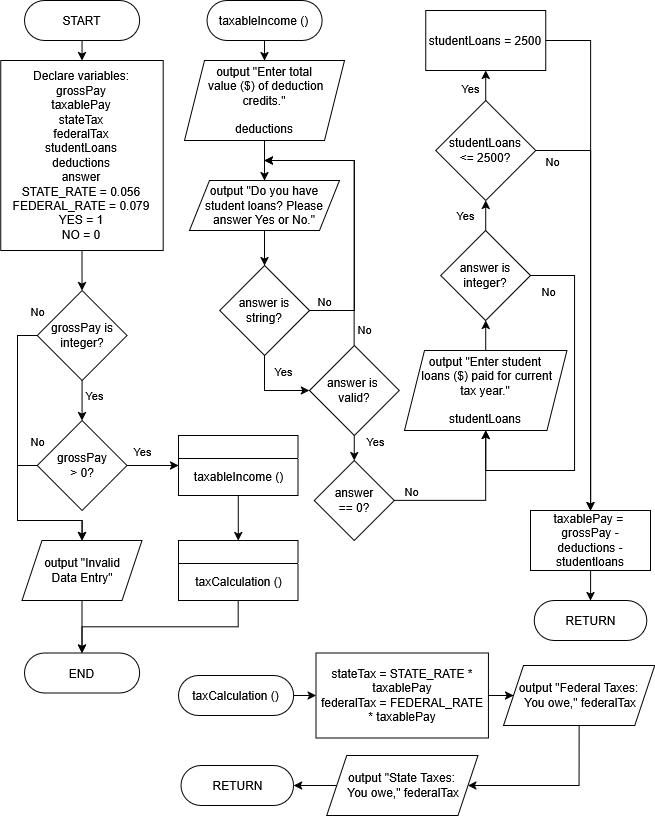
CBowles10/SDEV_120_FALL2025_CBOWLES keeps this draw.io diagram as Group Project Module.drawio.png. Above is the earlier version. Source tidied: cells renumbered, new cells last; positions are measured from the earlier drawing's top-left corner, leaving out a move shared by most shapes.
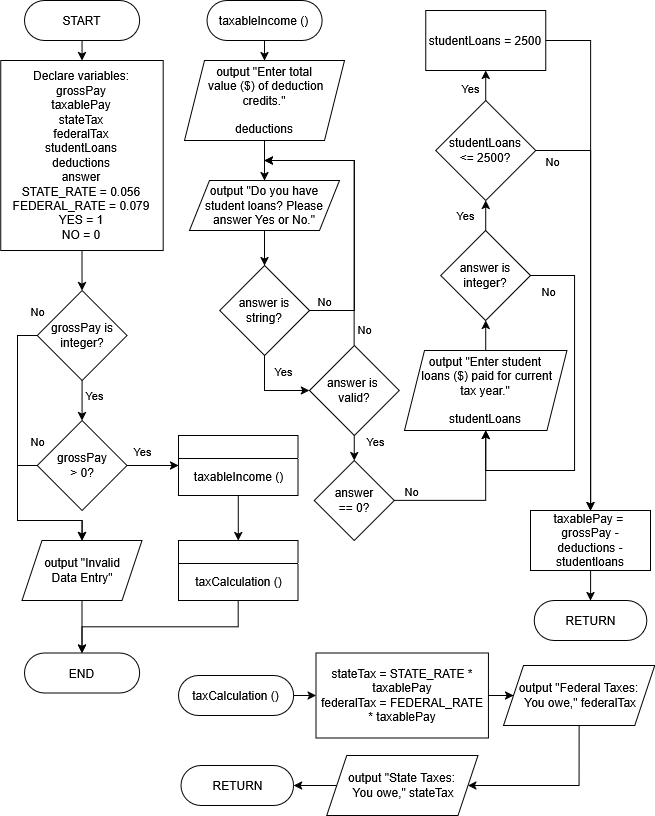
The same diagram one commit later.

What changed in the source:
```diff
@@ -110,7 +110,7 @@
     <mxCell id="29" style="edgeStyle=orthogonalEdgeStyle;rounded=0;jettySize=auto;html=1;exitX=0;exitY=0.5;exitDx=0;exitDy=0;entryX=1;entryY=0.5;entryDx=0;entryDy=0;" parent="1" edge="1" source="30" target="33">
       <mxGeometry relative="1" as="geometry" />
     </mxCell>
-    <mxCell id="30" value="output &quot;State Taxes:&lt;br&gt;&amp;nbsp;You owe,&quot; federalTax" style="shape=parallelogram;perimeter=parallelogramPerimeter;whiteSpace=wrap;html=1;fixedSize=1;" parent="1" vertex="1">
+    <mxCell id="30" value="output &quot;State Taxes:&lt;br&gt;&amp;nbsp;You owe,&quot; stateTax" style="shape=parallelogram;perimeter=parallelogramPerimeter;whiteSpace=wrap;html=1;fixedSize=1;" parent="1" vertex="1">
       <mxGeometry x="326.2" y="755" width="151.2" height="60" as="geometry" />
     </mxCell>
     <mxCell id="31" style="edgeStyle=orthogonalEdgeStyle;rounded=0;jettySize=auto;html=1;exitX=1;exitY=0.5;exitDx=0;exitDy=0;entryX=0;entryY=0.5;entryDx=0;entryDy=0;" parent="1" edge="1" source="32" target="26">
```
